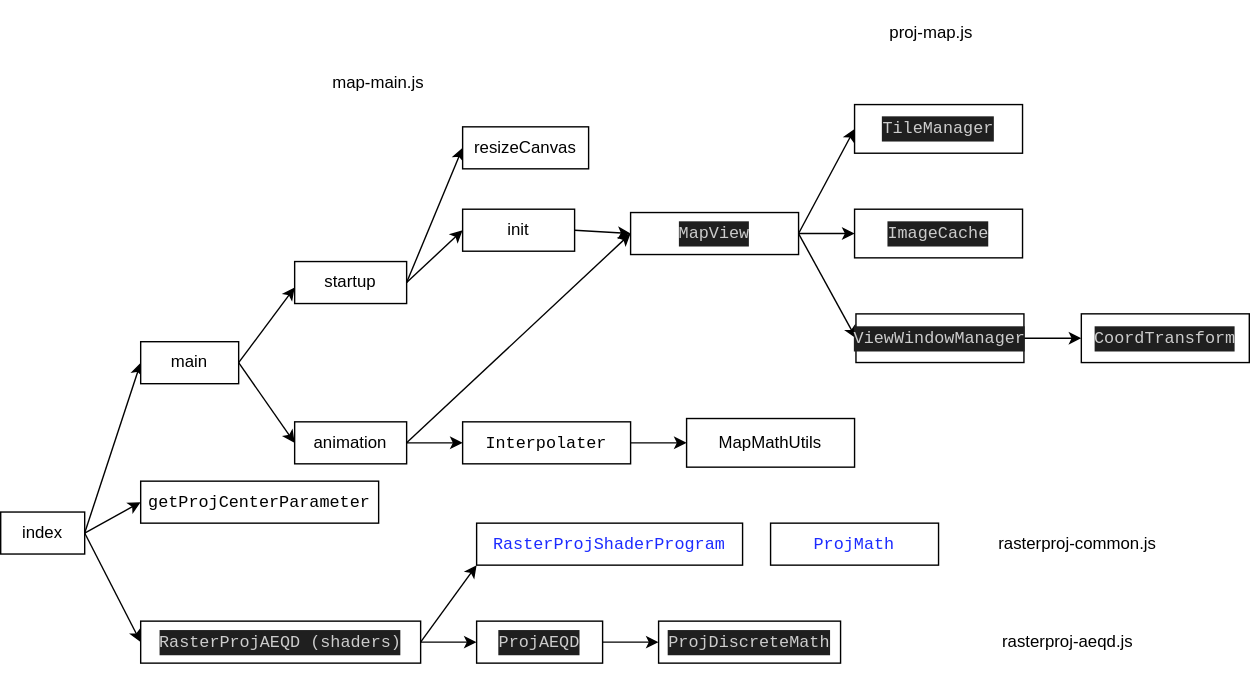
Before: docs/raster-map-projection-diagram.svg, a diagram exported from draw.io (bitslayer42/hub-of-universe). Source tidied: cells renumbered, new cells last; positions are measured from the earlier drawing's top-left corner, leaving out a move shared by most shapes.
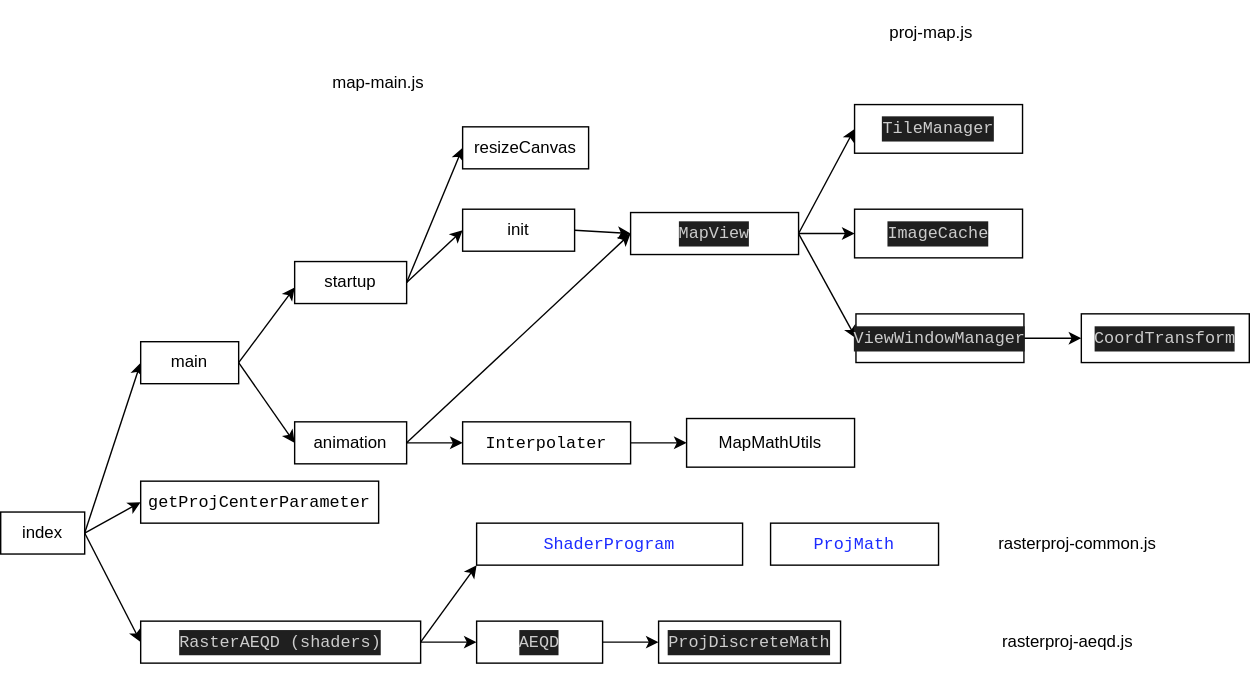
Later version of the same file.

The edit, as a diff of the source:
```diff
@@ -26,19 +26,19 @@
     <mxCell id="9" style="edgeStyle=orthogonalEdgeStyle;rounded=0;jettySize=auto;html=1;exitX=1;exitY=0.5;exitDx=0;exitDy=0;entryX=0;entryY=0.5;entryDx=0;entryDy=0;noEdgeStyle=1;orthogonal=1;" parent="1" edge="1" source="10" target="14">
       <mxGeometry relative="1" as="geometry" />
     </mxCell>
-    <mxCell id="10" value="&lt;div style=&quot;color: rgb(204, 204, 204); background-color: rgb(31, 31, 31); font-family: &amp;quot;Oxygen Mono&amp;quot;, Menlo, Monaco, &amp;quot;Courier New&amp;quot;, monospace, Menlo, Monaco, &amp;quot;Courier New&amp;quot;, monospace; font-weight: normal; font-size: 12px; line-height: 18px; white-space: pre;&quot;&gt;&lt;div&gt;&lt;span style=&quot;color: rgb(204, 204, 204);&quot;&gt;RasterProjAEQD (shaders)&lt;/span&gt;&lt;/div&gt;&lt;/div&gt;" style="rounded=0;whiteSpace=wrap;html=1;" parent="1" vertex="1">
+    <mxCell id="10" value="&lt;div style=&quot;color: rgb(204, 204, 204); background-color: rgb(31, 31, 31); font-family: &amp;quot;Oxygen Mono&amp;quot;, Menlo, Monaco, &amp;quot;Courier New&amp;quot;, monospace, Menlo, Monaco, &amp;quot;Courier New&amp;quot;, monospace; font-weight: normal; font-size: 12px; line-height: 18px; white-space: pre;&quot;&gt;&lt;div&gt;&lt;span style=&quot;color: rgb(204, 204, 204);&quot;&gt;RasterAEQD (shaders)&lt;/span&gt;&lt;/div&gt;&lt;/div&gt;" style="rounded=0;whiteSpace=wrap;html=1;" parent="1" vertex="1">
       <mxGeometry x="100" y="443.1" width="200" height="30" as="geometry" />
     </mxCell>
     <mxCell id="11" value="&lt;div style=&quot;font-family: &amp;quot;Oxygen Mono&amp;quot;, Menlo, Monaco, &amp;quot;Courier New&amp;quot;, monospace, Menlo, Monaco, &amp;quot;Courier New&amp;quot;, monospace; font-weight: normal; font-size: 12px; line-height: 18px; white-space: pre;&quot;&gt;&lt;div&gt;&lt;span style=&quot;&quot;&gt;getProjCenterParameter&lt;/span&gt;&lt;/div&gt;&lt;/div&gt;" style="rounded=0;whiteSpace=wrap;html=1;labelBackgroundColor=default;fontColor=default;" parent="1" vertex="1">
       <mxGeometry x="100" y="343.1" width="170" height="30" as="geometry" />
     </mxCell>
-    <mxCell id="12" value="&lt;div style=&quot;color: rgb(204, 204, 204); font-family: &amp;quot;Oxygen Mono&amp;quot;, Menlo, Monaco, &amp;quot;Courier New&amp;quot;, monospace, Menlo, Monaco, &amp;quot;Courier New&amp;quot;, monospace; font-weight: normal; font-size: 12px; line-height: 18px; white-space: pre;&quot;&gt;&lt;div&gt;&lt;span style=&quot;color: rgb(28, 43, 255);&quot;&gt;RasterProjShaderProgram&lt;/span&gt;&lt;/div&gt;&lt;/div&gt;" style="rounded=0;whiteSpace=wrap;html=1;" parent="1" vertex="1">
+    <mxCell id="12" value="&lt;div style=&quot;color: rgb(204, 204, 204); font-family: &amp;quot;Oxygen Mono&amp;quot;, Menlo, Monaco, &amp;quot;Courier New&amp;quot;, monospace, Menlo, Monaco, &amp;quot;Courier New&amp;quot;, monospace; font-weight: normal; font-size: 12px; line-height: 18px; white-space: pre;&quot;&gt;&lt;div&gt;&lt;span style=&quot;color: rgb(28, 43, 255);&quot;&gt;ShaderProgram&lt;/span&gt;&lt;/div&gt;&lt;/div&gt;" style="rounded=0;whiteSpace=wrap;html=1;" parent="1" vertex="1">
       <mxGeometry x="340" y="373.1" width="190" height="30" as="geometry" />
     </mxCell>
     <mxCell id="13" style="edgeStyle=orthogonalEdgeStyle;rounded=0;jettySize=auto;html=1;exitX=1;exitY=0.5;exitDx=0;exitDy=0;noEdgeStyle=1;orthogonal=1;" parent="1" edge="1" source="14" target="16">
       <mxGeometry relative="1" as="geometry" />
     </mxCell>
-    <mxCell id="14" value="&lt;meta charset=&quot;utf-8&quot;&gt;&lt;div style=&quot;color: #cccccc;background-color: #1f1f1f;font-family: 'Oxygen Mono', Menlo, Monaco, 'Courier New', monospace, Menlo, Monaco, 'Courier New', monospace;font-weight: normal;font-size: 12px;line-height: 18px;white-space: pre;&quot;&gt;&lt;div&gt;&lt;span style=&quot;color: #cccccc;&quot;&gt;ProjAEQD&lt;/span&gt;&lt;/div&gt;&lt;/div&gt;" style="rounded=0;whiteSpace=wrap;html=1;" parent="1" vertex="1">
+    <mxCell id="14" value="&lt;meta charset=&quot;utf-8&quot;&gt;&lt;div style=&quot;color: #cccccc;background-color: #1f1f1f;font-family: 'Oxygen Mono', Menlo, Monaco, 'Courier New', monospace, Menlo, Monaco, 'Courier New', monospace;font-weight: normal;font-size: 12px;line-height: 18px;white-space: pre;&quot;&gt;&lt;div&gt;&lt;span style=&quot;color: #cccccc;&quot;&gt;AEQD&lt;/span&gt;&lt;/div&gt;&lt;/div&gt;" style="rounded=0;whiteSpace=wrap;html=1;" parent="1" vertex="1">
       <mxGeometry x="340" y="443.1" width="90" height="30" as="geometry" />
     </mxCell>
     <mxCell id="15" style="edgeStyle=orthogonalEdgeStyle;rounded=0;orthogonalLoop=1;jettySize=auto;html=1;exitX=0.5;exitY=1;exitDx=0;exitDy=0;" parent="1" edge="1" source="14" target="14">
```
